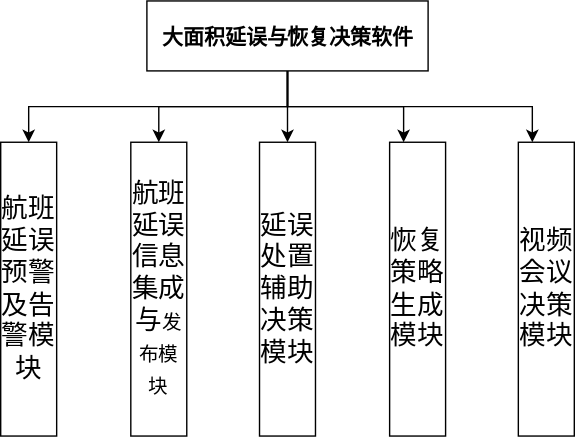
Earlier version of the draw.io export 大面积延误与恢复决策软件.drawio.svg (HTMLCSS-XD/draw.io). Source tidied: cells renumbered, new cells last; positions are measured from the earlier drawing's top-left corner, leaving out a move shared by most shapes. The source it was exported from:
```xml
<mxGraphModel>
  <root>
    <mxCell id="0" />
    <mxCell id="1" parent="0" />
    <mxCell id="2" style="edgeStyle=orthogonalEdgeStyle;rounded=0;jettySize=auto;html=1;exitX=0.5;exitY=1;exitDx=0;exitDy=0;" parent="1" edge="1" source="7" target="8">
      <mxGeometry relative="1" as="geometry" />
    </mxCell>
    <mxCell id="3" style="edgeStyle=orthogonalEdgeStyle;rounded=0;jettySize=auto;html=1;" parent="1" edge="1" source="7" target="10">
      <mxGeometry relative="1" as="geometry" />
    </mxCell>
    <mxCell id="4" style="edgeStyle=orthogonalEdgeStyle;rounded=0;jettySize=auto;html=1;entryX=0.5;entryY=0;entryDx=0;entryDy=0;" parent="1" edge="1" source="7" target="9">
      <mxGeometry relative="1" as="geometry" />
    </mxCell>
    <mxCell id="5" style="edgeStyle=orthogonalEdgeStyle;rounded=0;jettySize=auto;html=1;entryX=0.25;entryY=0;entryDx=0;entryDy=0;" parent="1" edge="1" source="7" target="11">
      <mxGeometry relative="1" as="geometry" />
    </mxCell>
    <mxCell id="6" style="edgeStyle=orthogonalEdgeStyle;rounded=0;jettySize=auto;html=1;entryX=0.25;entryY=0;entryDx=0;entryDy=0;exitX=0.5;exitY=1;exitDx=0;exitDy=0;" parent="1" edge="1" source="7" target="12">
      <mxGeometry relative="1" as="geometry" />
    </mxCell>
    <mxCell id="7" value="&lt;p style=&quot;font-size: 15px;&quot;&gt;&lt;span style=&quot;font-family: 宋体; font-size: 15px;&quot;&gt;&lt;b style=&quot;font-size: 15px;&quot;&gt;大面积延误与恢复决策软件&lt;/b&gt;&lt;/span&gt;&lt;/p&gt;" style="rounded=0;whiteSpace=wrap;html=1;fontSize=15;" parent="1" vertex="1">
      <mxGeometry x="104.5" width="201" height="50" as="geometry" />
    </mxCell>
    <mxCell id="8" value="&lt;p style=&quot;font-size: 19px;&quot; class=&quot;MsoNormal&quot;&gt;&lt;span style=&quot;font-family: &amp;quot;Times New Roman&amp;quot;; font-size: 19px;&quot;&gt;&lt;font style=&quot;font-size: 19px;&quot; face=&quot;宋体&quot;&gt;航班延误预警及告警&lt;/font&gt;&lt;/span&gt;&lt;span style=&quot;font-family: &amp;quot;Times New Roman&amp;quot;; font-size: 19px;&quot;&gt;&lt;font style=&quot;font-size: 19px;&quot; face=&quot;宋体&quot;&gt;模块&lt;/font&gt;&lt;/span&gt;&lt;/p&gt;" style="rounded=0;whiteSpace=wrap;html=1;fontStyle=0;fontFamily=宋体;fontSize=19;align=center;verticalAlign=middle;" parent="1" vertex="1">
      <mxGeometry y="101" width="40" height="210" as="geometry" />
    </mxCell>
    <mxCell id="9" value="&lt;p class=&quot;MsoNormal&quot;&gt;&lt;span style=&quot;mso-spacerun:'yes';font-family:'Times New Roman';mso-fareast-font-family:宋体;&lt;br/&gt;font-size:10.5000pt;&quot;&gt;&lt;font face=&quot;宋体&quot;&gt;航班延误信息集成与&lt;/font&gt;&lt;/span&gt;&lt;span style=&quot;mso-spacerun:'yes';font-family:'Times New Roman';mso-fareast-font-family:宋体;&lt;br/&gt;letter-spacing:0.3000pt;font-size:10.5000pt;&quot;&gt;&lt;font face=&quot;宋体&quot;&gt;发布模块&lt;/font&gt;&lt;/span&gt;&lt;/p&gt;" style="rounded=0;whiteSpace=wrap;html=1;fontStyle=0;fontFamily=宋体;fontSize=19;align=center;verticalAlign=middle;" parent="1" vertex="1">
      <mxGeometry x="93" y="101" width="40" height="210" as="geometry" />
    </mxCell>
    <mxCell id="10" value="&lt;p style=&quot;margin-left: 0pt; font-size: 19px;&quot; class=&quot;15&quot;&gt;&lt;span style=&quot;font-family: 宋体; font-size: 19px;&quot;&gt;延误处置辅助决策模块&lt;/span&gt;&lt;span style=&quot;font-family: Calibri; font-size: 19px;&quot;&gt;&lt;/span&gt;&lt;/p&gt;" style="rounded=0;whiteSpace=wrap;html=1;fontStyle=0;fontFamily=宋体;fontSize=19;align=center;verticalAlign=middle;" parent="1" vertex="1">
      <mxGeometry x="185" y="101" width="40" height="210" as="geometry" />
    </mxCell>
    <mxCell id="11" value="&lt;p style=&quot;margin-left: 0pt; font-size: 19px;&quot; class=&quot;15&quot;&gt;&lt;span style=&quot;font-family: Calibri; font-size: 19px;&quot;&gt;&lt;font style=&quot;font-size: 19px;&quot; face=&quot;宋体&quot;&gt;恢复策略生成模块&lt;/font&gt;&lt;/span&gt;&lt;span style=&quot;font-family: Calibri; font-size: 19px;&quot;&gt;&lt;/span&gt;&lt;/p&gt;" style="rounded=0;whiteSpace=wrap;html=1;fontStyle=0;fontFamily=宋体;fontSize=19;align=center;verticalAlign=middle;" parent="1" vertex="1">
      <mxGeometry x="278" y="101" width="40" height="210" as="geometry" />
    </mxCell>
    <mxCell id="12" value="&lt;p style=&quot;font-size: 19px;&quot; class=&quot;MsoNormal&quot;&gt;&lt;span style=&quot;font-family: &amp;quot;Times New Roman&amp;quot;; font-size: 19px;&quot;&gt;&lt;font style=&quot;font-size: 19px;&quot; face=&quot;宋体&quot;&gt;视频会议决策模块&lt;/font&gt;&lt;/span&gt;&lt;/p&gt;" style="rounded=0;whiteSpace=wrap;html=1;fontStyle=0;fontFamily=宋体;fontSize=19;align=center;verticalAlign=middle;" parent="1" vertex="1">
      <mxGeometry x="370" y="101" width="40" height="210" as="geometry" />
    </mxCell>
  </root>
</mxGraphModel>
```
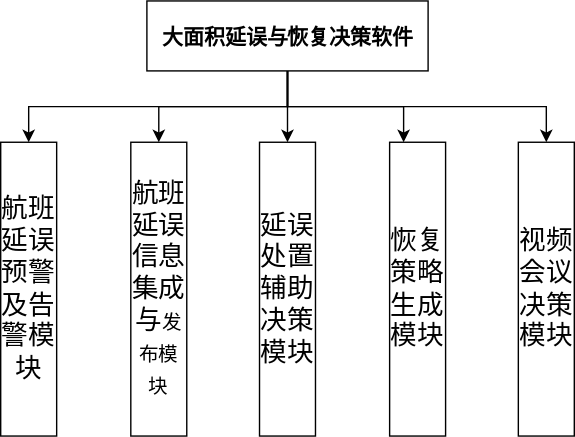
After the change.

Commit message:
更新大面积延误与恢复决策软件.drawio.svg

The edit, as a diff of the source:
```diff
@@ -14,7 +14,7 @@
     <mxCell id="5" style="edgeStyle=orthogonalEdgeStyle;rounded=0;jettySize=auto;html=1;entryX=0.25;entryY=0;entryDx=0;entryDy=0;" parent="1" edge="1" source="7" target="11">
       <mxGeometry relative="1" as="geometry" />
     </mxCell>
-    <mxCell id="6" style="edgeStyle=orthogonalEdgeStyle;rounded=0;jettySize=auto;html=1;entryX=0.25;entryY=0;entryDx=0;entryDy=0;exitX=0.5;exitY=1;exitDx=0;exitDy=0;" parent="1" edge="1" source="7" target="12">
+    <mxCell id="6" style="edgeStyle=orthogonalEdgeStyle;rounded=0;jettySize=auto;html=1;entryX=0.5;entryY=0;entryDx=0;entryDy=0;exitX=0.5;exitY=1;exitDx=0;exitDy=0;" parent="1" edge="1" source="7" target="12">
       <mxGeometry relative="1" as="geometry" />
     </mxCell>
     <mxCell id="7" value="&lt;p style=&quot;font-size: 15px;&quot;&gt;&lt;span style=&quot;font-family: 宋体; font-size: 15px;&quot;&gt;&lt;b style=&quot;font-size: 15px;&quot;&gt;大面积延误与恢复决策软件&lt;/b&gt;&lt;/span&gt;&lt;/p&gt;" style="rounded=0;whiteSpace=wrap;html=1;fontSize=15;" parent="1" vertex="1">
```
